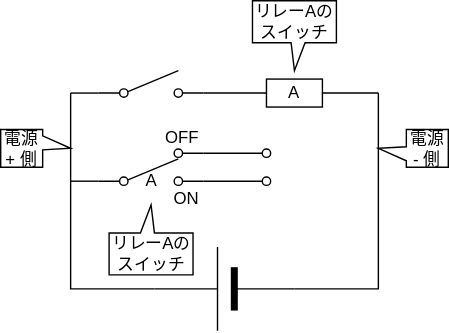
Above: Lab/Computer/RelayComputer/Day3_RelayLogic/img/RelaySymbol.dio.svg in amane-uehara/kanade-k-1228.github.io (draw.io), before the change. Source tidied: cells renumbered, new cells last; positions are measured from the earlier drawing's top-left corner, leaving out a move shared by most shapes. Source of this version:
```xml
<mxGraphModel>
  <root>
    <mxCell id="0" />
    <mxCell id="1" parent="0" />
    <mxCell id="2" value="A" style="rounded=0;whiteSpace=wrap;html=1;" parent="1" vertex="1">
      <mxGeometry x="190" y="56" width="40" height="20" as="geometry" />
    </mxCell>
    <mxCell id="3" style="verticalLabelPosition=bottom;shadow=0;dashed=0;align=center;html=1;verticalAlign=top;shape=mxgraph.electrical.electro-mechanical.2-way_switch;direction=east;" parent="1" vertex="1">
      <mxGeometry x="70" y="106" width="75" height="26" as="geometry" />
    </mxCell>
    <mxCell id="4" style="endArrow=none;html=1;exitX=0;exitY=0.5;exitDx=0;exitDy=0;exitPerimeter=0;rounded=0;" parent="1" edge="1" source="6">
      <mxGeometry relative="1" as="geometry">
        <mxPoint x="270" y="66" as="targetPoint" />
        <Array as="points">
          <mxPoint x="270" y="206" />
        </Array>
      </mxGeometry>
    </mxCell>
    <mxCell id="5" style="endArrow=none;html=1;exitX=1;exitY=0.5;exitDx=0;exitDy=0;exitPerimeter=0;rounded=0;" parent="1" edge="1" source="6">
      <mxGeometry relative="1" as="geometry">
        <mxPoint x="50" y="66" as="targetPoint" />
        <Array as="points">
          <mxPoint x="50" y="206" />
        </Array>
      </mxGeometry>
    </mxCell>
    <mxCell id="6" style="verticalLabelPosition=bottom;shadow=0;dashed=0;align=center;fillColor=#000000;html=1;verticalAlign=top;strokeWidth=1;shape=mxgraph.electrical.miscellaneous.monocell_battery;direction=west;" parent="1" vertex="1">
      <mxGeometry x="110" y="176" width="100" height="60" as="geometry" />
    </mxCell>
    <mxCell id="7" value="A" style="text;html=1;strokeColor=none;fillColor=none;align=center;verticalAlign=middle;whiteSpace=wrap;rounded=0;" parent="1" vertex="1">
      <mxGeometry x="98" y="119" width="20" height="20" as="geometry" />
    </mxCell>
    <mxCell id="8" style="verticalLabelPosition=bottom;shadow=0;dashed=0;align=center;html=1;verticalAlign=top;shape=mxgraph.electrical.electro-mechanical.simple_switch;direction=east;" parent="1" vertex="1">
      <mxGeometry x="70" y="50" width="75" height="19" as="geometry" />
    </mxCell>
    <mxCell id="9" style="endArrow=none;html=1;" parent="1" edge="1">
      <mxGeometry relative="1" as="geometry">
        <mxPoint x="50" y="66" as="sourcePoint" />
        <mxPoint x="70" y="66" as="targetPoint" />
      </mxGeometry>
    </mxCell>
    <mxCell id="10" style="endArrow=none;html=1;" parent="1" edge="1">
      <mxGeometry relative="1" as="geometry">
        <mxPoint x="50" y="129" as="sourcePoint" />
        <mxPoint x="70" y="129" as="targetPoint" />
      </mxGeometry>
    </mxCell>
    <mxCell id="11" style="endArrow=oval;html=1;endFill=0;" parent="1" edge="1">
      <mxGeometry relative="1" as="geometry">
        <mxPoint x="145" y="109" as="sourcePoint" />
        <mxPoint x="190" y="109" as="targetPoint" />
      </mxGeometry>
    </mxCell>
    <mxCell id="12" style="endArrow=oval;html=1;endFill=0;" parent="1" edge="1">
      <mxGeometry relative="1" as="geometry">
        <mxPoint x="145" y="129" as="sourcePoint" />
        <mxPoint x="190" y="129" as="targetPoint" />
      </mxGeometry>
    </mxCell>
    <mxCell id="13" style="endArrow=none;html=1;" parent="1" edge="1">
      <mxGeometry relative="1" as="geometry">
        <mxPoint x="145" y="66" as="sourcePoint" />
        <mxPoint x="190" y="66" as="targetPoint" />
      </mxGeometry>
    </mxCell>
    <mxCell id="14" style="endArrow=none;html=1;" parent="1" edge="1">
      <mxGeometry relative="1" as="geometry">
        <mxPoint x="230" y="66" as="sourcePoint" />
        <mxPoint x="270" y="66" as="targetPoint" />
      </mxGeometry>
    </mxCell>
    <mxCell id="15" value="リレーAの&lt;br&gt;スイッチ" style="shape=callout;whiteSpace=wrap;html=1;perimeter=calloutPerimeter;direction=west;size=20;position=0.46;base=10;" parent="1" vertex="1">
      <mxGeometry x="77.5" y="146" width="60" height="50" as="geometry" />
    </mxCell>
    <mxCell id="16" value="リレーAの&lt;br&gt;スイッチ" style="shape=callout;whiteSpace=wrap;html=1;perimeter=calloutPerimeter;direction=east;size=20;position=0.46;base=10;" parent="1" vertex="1">
      <mxGeometry x="180" width="60" height="50" as="geometry" />
    </mxCell>
    <mxCell id="17" value="OFF" style="text;html=1;strokeColor=none;fillColor=none;align=center;verticalAlign=middle;whiteSpace=wrap;rounded=0;" parent="1" vertex="1">
      <mxGeometry x="110" y="88" width="40" height="20" as="geometry" />
    </mxCell>
    <mxCell id="18" value="ON" style="text;html=1;strokeColor=none;fillColor=none;align=center;verticalAlign=middle;whiteSpace=wrap;rounded=0;" parent="1" vertex="1">
      <mxGeometry x="118" y="132" width="30" height="20" as="geometry" />
    </mxCell>
    <mxCell id="19" value="電源+ 側" style="shape=callout;whiteSpace=wrap;html=1;perimeter=calloutPerimeter;direction=north;size=20;position=0.46;base=10;" parent="1" vertex="1">
      <mxGeometry y="92" width="50" height="27" as="geometry" />
    </mxCell>
    <mxCell id="20" value="電源&lt;br&gt;- 側" style="shape=callout;whiteSpace=wrap;html=1;perimeter=calloutPerimeter;direction=south;size=20;position=0.46;base=10;" parent="1" vertex="1">
      <mxGeometry x="270" y="92" width="50" height="27" as="geometry" />
    </mxCell>
  </root>
</mxGraphModel>
```
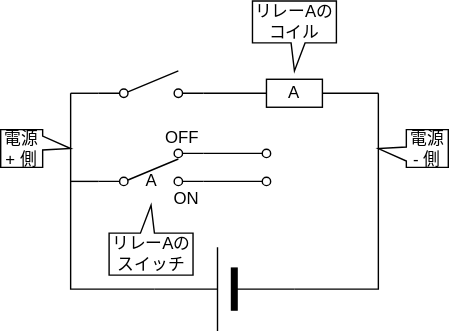
After the change.

The edit, as a diff of the source:
```diff
@@ -72,7 +72,7 @@
     <mxCell id="15" value="リレーAの&lt;br&gt;スイッチ" style="shape=callout;whiteSpace=wrap;html=1;perimeter=calloutPerimeter;direction=west;size=20;position=0.46;base=10;" parent="1" vertex="1">
       <mxGeometry x="77.5" y="146" width="60" height="50" as="geometry" />
     </mxCell>
-    <mxCell id="16" value="リレーAの&lt;br&gt;スイッチ" style="shape=callout;whiteSpace=wrap;html=1;perimeter=calloutPerimeter;direction=east;size=20;position=0.46;base=10;" parent="1" vertex="1">
+    <mxCell id="16" value="リレーAの&lt;br&gt;コイル" style="shape=callout;whiteSpace=wrap;html=1;perimeter=calloutPerimeter;direction=east;size=20;position=0.46;base=10;" parent="1" vertex="1">
       <mxGeometry x="180" width="60" height="50" as="geometry" />
     </mxCell>
     <mxCell id="17" value="OFF" style="text;html=1;strokeColor=none;fillColor=none;align=center;verticalAlign=middle;whiteSpace=wrap;rounded=0;" parent="1" vertex="1">
```
